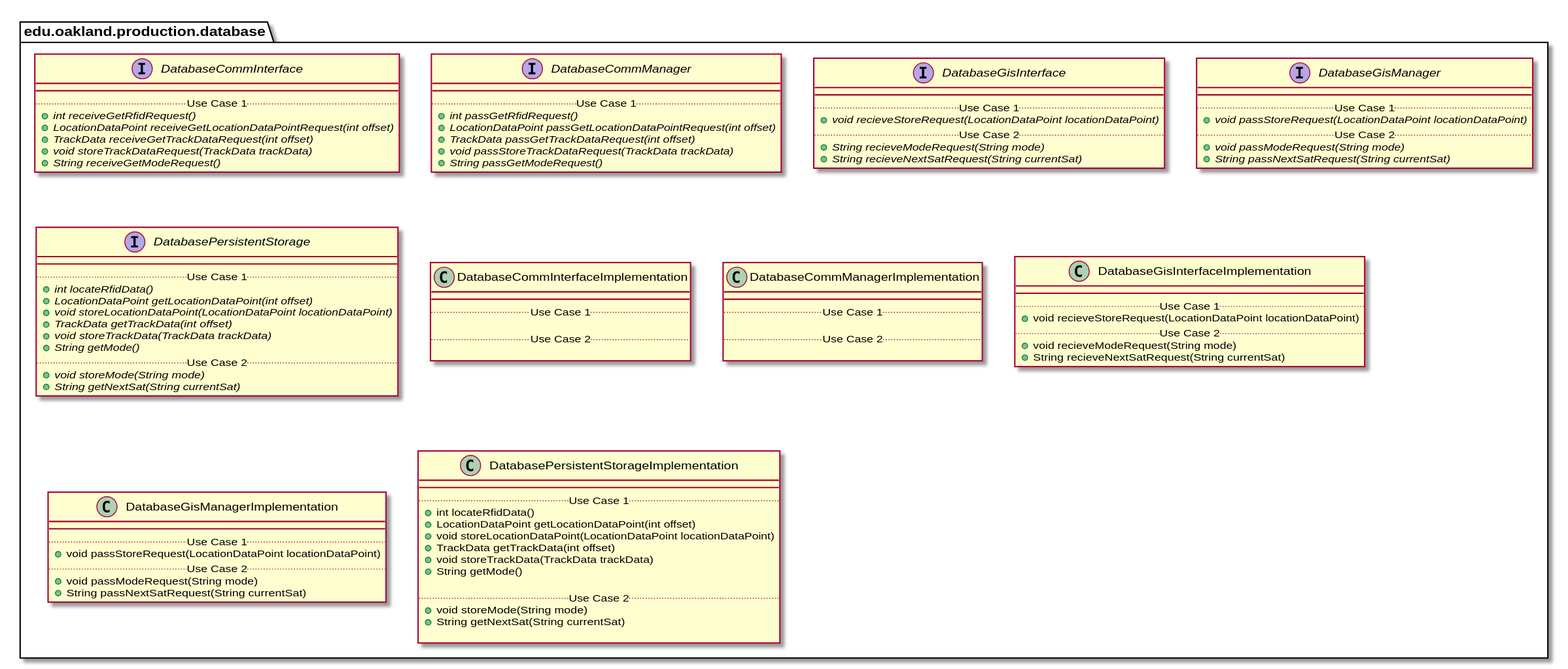
Above: docs/uml-class-diagrams/database/production/DatabaseProductionPackage.svg in andrewdimmer/csi-3370-software-project (PlantUML), before the change. Its diagram source:
```plantuml
@startuml DatabaseProductionPackage

package edu.oakland.production.database {

}


package edu.oakland.production.database {
    interface DatabaseCommInterface {
        __
        .. Use Case 1 ..
        {abstract} + int receiveGetRfidRequest()
        {abstract} + LocationDataPoint receiveGetLocationDataPointRequest(int offset)
        {abstract} + TrackData receiveGetTrackDataRequest(int offset)
        {abstract} + void storeTrackDataRequest(TrackData trackData)
        {abstract} + String receiveGetModeRequest()
    }
}


package edu.oakland.production.database {
    interface DatabaseCommManager {
        __
        .. Use Case 1 ..
        {abstract} + int passGetRfidRequest()
        {abstract} + LocationDataPoint passGetLocationDataPointRequest(int offset)
        {abstract} + TrackData passGetTrackDataRequest(int offset)
        {abstract} + void passStoreTrackDataRequest(TrackData trackData)
        {abstract} + String passGetModeRequest()
    }
}


package edu.oakland.production.database {
    interface DatabaseGisInterface {
        __
        .. Use Case 1 ..
        {abstract} + void recieveStoreRequest(LocationDataPoint locationDataPoint)
        .. Use Case 2 ..
        {abstract} + String recieveModeRequest(String mode)
        {abstract} + String recieveNextSatRequest(String currentSat)
    }
}


package edu.oakland.production.database {
    interface DatabaseGisManager {
        __
        .. Use Case 1 ..
        {abstract} + void passStoreRequest(LocationDataPoint locationDataPoint)
        .. Use Case 2 ..
        {abstract} + void passModeRequest(String mode)
        {abstract} + String passNextSatRequest(String currentSat)
    }
}


package edu.oakland.production.database {
    interface DatabasePersistentStorage {
        __
        .. Use Case 1 ..
        {abstract} + int locateRfidData()
        {abstract} + LocationDataPoint getLocationDataPoint(int offset)
        {abstract} + void storeLocationDataPoint(LocationDataPoint locationDataPoint)
        {abstract} + TrackData getTrackData(int offset)
        {abstract} + void storeTrackData(TrackData trackData)
        {abstract} + String getMode()
        .. Use Case 2 ..
        {abstract} + void storeMode(String mode)
        {abstract} + String getNextSat(String currentSat)
    }
}


package edu.oakland.production.database {
    class DatabaseCommInterfaceImplementation {
        __
        .. Use Case 1 ..

        .. Use Case 2 ..

    }
}


package edu.oakland.production.database {
    class DatabaseCommManagerImplementation {
        __
        .. Use Case 1 ..

        .. Use Case 2 ..

    }
}


package edu.oakland.production.database {
    class DatabaseGisInterfaceImplementation {
        __
        .. Use Case 1 ..
        + void recieveStoreRequest(LocationDataPoint locationDataPoint)
        .. Use Case 2 ..
        + void recieveModeRequest(String mode)
        + String recieveNextSatRequest(String currentSat)
    }
}


package edu.oakland.production.database {
    class DatabaseGisManagerImplementation {
        __
        .. Use Case 1 ..
        + void passStoreRequest(LocationDataPoint locationDataPoint)
        .. Use Case 2 ..
        + void passModeRequest(String mode)
        + String passNextSatRequest(String currentSat)
    }
}


package edu.oakland.production.database {
    class DatabasePersistentStorageImplementation {
        __
        .. Use Case 1 ..
        + int locateRfidData()
        + LocationDataPoint getLocationDataPoint(int offset)
        + void storeLocationDataPoint(LocationDataPoint locationDataPoint)
        + TrackData getTrackData(int offset)
        + void storeTrackData(TrackData trackData)
        + String getMode()

        .. Use Case 2 ..
        + void storeMode(String mode)
        + String getNextSat(String currentSat)

    }
}


@enduml
```
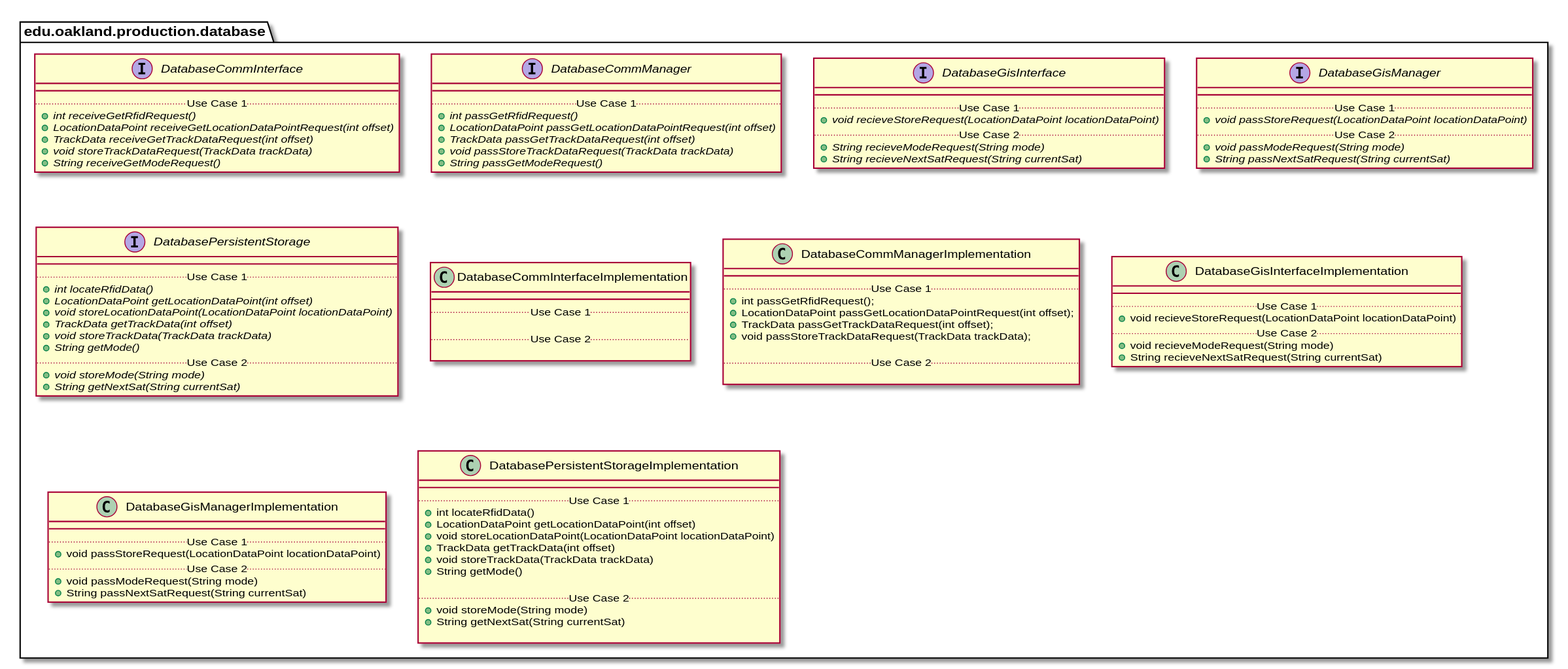
The same diagram one commit later.

Change to the diagram source:
```diff
@@ -87,6 +87,10 @@
     class DatabaseCommManagerImplementation {
         __
         .. Use Case 1 ..
+        + int passGetRfidRequest();
+        + LocationDataPoint passGetLocationDataPointRequest(int offset);
+        + TrackData passGetTrackDataRequest(int offset);
+        + void passStoreTrackDataRequest(TrackData trackData);
 
         .. Use Case 2 ..
 
```
